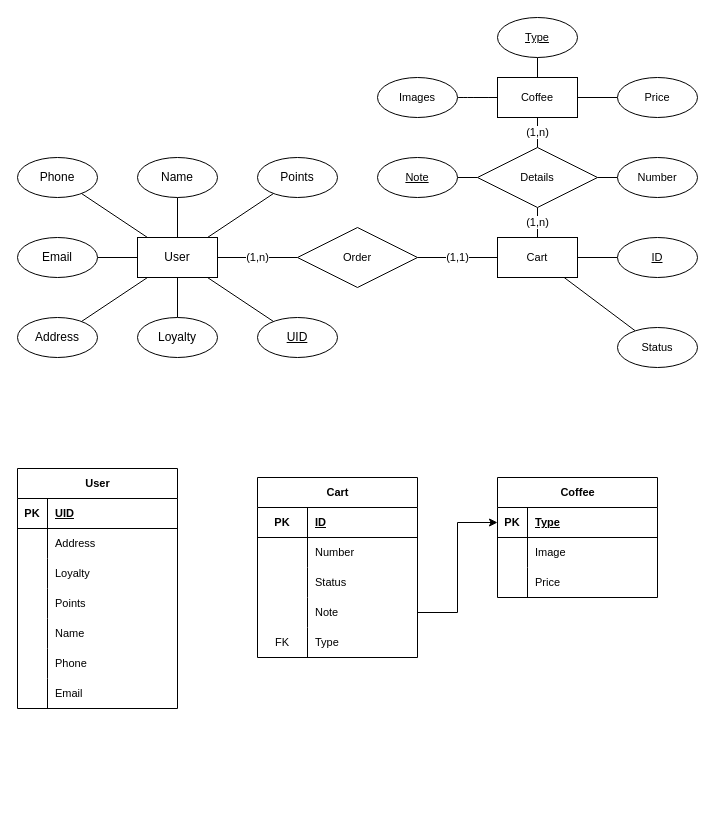
Above: requirements/data.drawio in triet0612/CoffeeShopMobileApp (draw.io), before the change. Source tidied: cells renumbered, new cells numbered last; positions are measured from the earlier drawing's top-left corner, leaving out a move shared by most shapes. Both pictures are drawn from the tidied source at 100%, with x=0, y=0 at pixel (17, 17).
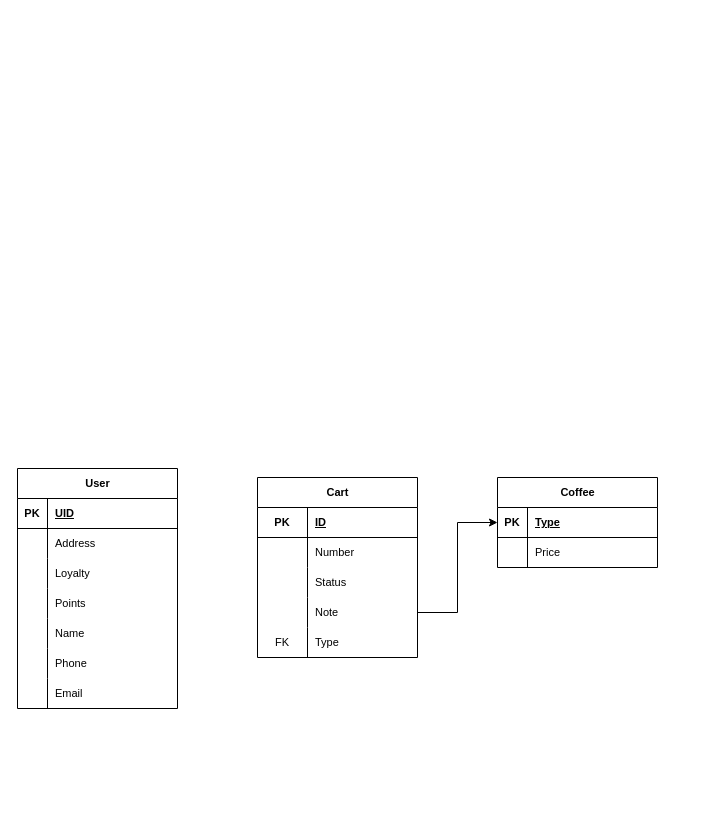
Above is the later version.

What changed in the source:
```diff
@@
-    <mxCell id="2" style="rounded=0;jettySize=auto;html=1;endArrow=none;endFill=0;" parent="1" edge="1" source="10" target="13">
-      <mxGeometry relative="1" as="geometry" />
-    </mxCell>
-    <mxCell id="3" style="edgeStyle=none;shape=connector;rounded=0;jettySize=auto;html=1;labelBackgroundColor=default;strokeColor=default;fontFamily=Helvetica;fontSize=11;fontColor=default;endArrow=none;endFill=0;" parent="1" edge="1" source="10" target="12">
-      <mxGeometry relative="1" as="geometry" />
-    </mxCell>
-    <mxCell id="4" style="edgeStyle=none;shape=connector;rounded=0;jettySize=auto;html=1;labelBackgroundColor=default;strokeColor=default;fontFamily=Helvetica;fontSize=11;fontColor=default;endArrow=none;endFill=0;" parent="1" edge="1" source="10" target="11">
-      <mxGeometry relative="1" as="geometry" />
-    </mxCell>
-    <mxCell id="5" style="edgeStyle=none;shape=connector;rounded=0;jettySize=auto;html=1;labelBackgroundColor=default;strokeColor=default;fontFamily=Helvetica;fontSize=11;fontColor=default;endArrow=none;endFill=0;" parent="1" edge="1" source="10" target="14">
-      <mxGeometry relative="1" as="geometry" />
-    </mxCell>
-    <mxCell id="6" value="(1,n)" style="edgeStyle=none;shape=connector;rounded=0;jettySize=auto;html=1;labelBackgroundColor=default;strokeColor=default;fontFamily=Helvetica;fontSize=11;fontColor=default;endArrow=none;endFill=0;" parent="1" edge="1" source="10" target="20">
-      <mxGeometry relative="1" as="geometry" />
-    </mxCell>
-    <mxCell id="7" style="edgeStyle=none;shape=connector;rounded=0;jettySize=auto;html=1;labelBackgroundColor=default;strokeColor=default;fontFamily=Helvetica;fontSize=11;fontColor=default;endArrow=none;endFill=0;" parent="1" edge="1" source="10" target="29">
-      <mxGeometry relative="1" as="geometry" />
-    </mxCell>
-    <mxCell id="8" style="edgeStyle=none;shape=connector;rounded=0;jettySize=auto;html=1;labelBackgroundColor=default;strokeColor=default;fontFamily=Helvetica;fontSize=11;fontColor=default;endArrow=none;endFill=0;" parent="1" edge="1" source="10" target="33">
-      <mxGeometry relative="1" as="geometry" />
-    </mxCell>
-    <mxCell id="9" style="rounded=0;jettySize=auto;html=1;endArrow=none;endFill=0;" parent="1" edge="1" source="10" target="86">
-      <mxGeometry relative="1" as="geometry" />
-    </mxCell>
-    <mxCell id="10" value="User" style="whiteSpace=wrap;html=1;align=center;" parent="1" vertex="1">
-      <mxGeometry x="120" y="220" width="80" height="40" as="geometry" />
-    </mxCell>
-    <mxCell id="11" value="Name" style="ellipse;whiteSpace=wrap;html=1;align=center;fontStyle=0;" parent="1" vertex="1">
-      <mxGeometry x="120" y="140" width="80" height="40" as="geometry" />
-    </mxCell>
-    <mxCell id="12" value="Phone" style="ellipse;whiteSpace=wrap;html=1;align=center;fontStyle=0;" parent="1" vertex="1">
-      <mxGeometry y="140" width="80" height="40" as="geometry" />
-    </mxCell>
-    <mxCell id="13" value="Email" style="ellipse;whiteSpace=wrap;html=1;align=center;fontStyle=0;" parent="1" vertex="1">
-      <mxGeometry y="220" width="80" height="40" as="geometry" />
-    </mxCell>
-    <mxCell id="14" value="Address" style="ellipse;whiteSpace=wrap;html=1;align=center;fontStyle=0;" parent="1" vertex="1">
-      <mxGeometry y="300" width="80" height="40" as="geometry" />
-    </mxCell>
-    <mxCell id="15" style="edgeStyle=none;shape=connector;rounded=0;jettySize=auto;html=1;labelBackgroundColor=default;strokeColor=default;fontFamily=Helvetica;fontSize=11;fontColor=default;endArrow=none;endFill=0;" parent="1" edge="1" source="17" target="18">
-      <mxGeometry relative="1" as="geometry" />
-    </mxCell>
-    <mxCell id="16" style="edgeStyle=none;shape=connector;rounded=0;jettySize=auto;html=1;labelBackgroundColor=default;strokeColor=default;fontFamily=Helvetica;fontSize=11;fontColor=default;endArrow=none;endFill=0;" parent="1" edge="1" source="17" target="30">
-      <mxGeometry relative="1" as="geometry" />
-    </mxCell>
-    <mxCell id="17" value="Coffee" style="whiteSpace=wrap;html=1;align=center;fontFamily=Helvetica;fontSize=11;fontColor=default;" parent="1" vertex="1">
-      <mxGeometry x="480" y="60" width="80" height="40" as="geometry" />
-    </mxCell>
-    <mxCell id="18" value="Type" style="ellipse;whiteSpace=wrap;html=1;align=center;fontFamily=Helvetica;fontSize=11;fontColor=default;fontStyle=4;" parent="1" vertex="1">
-      <mxGeometry x="480" width="80" height="40" as="geometry" />
-    </mxCell>
-    <mxCell id="19" value="(1,1)" style="edgeStyle=none;shape=connector;rounded=0;jettySize=auto;html=1;labelBackgroundColor=default;strokeColor=default;fontFamily=Helvetica;fontSize=11;fontColor=default;endArrow=none;endFill=0;" parent="1" edge="1" source="20" target="23">
-      <mxGeometry relative="1" as="geometry" />
-    </mxCell>
-    <mxCell id="20" value="Order" style="shape=rhombus;perimeter=rhombusPerimeter;whiteSpace=wrap;html=1;align=center;fontFamily=Helvetica;fontSize=11;fontColor=default;" parent="1" vertex="1">
-      <mxGeometry x="280" y="210" width="120" height="60" as="geometry" />
-    </mxCell>
-    <mxCell id="21" style="edgeStyle=none;shape=connector;rounded=0;jettySize=auto;html=1;labelBackgroundColor=default;strokeColor=default;fontFamily=Helvetica;fontSize=11;fontColor=default;endArrow=none;endFill=0;" parent="1" edge="1" source="23" target="31">
-      <mxGeometry relative="1" as="geometry" />
-    </mxCell>
-    <mxCell id="22" style="edgeStyle=none;shape=connector;rounded=0;jettySize=auto;html=1;labelBackgroundColor=default;strokeColor=default;fontFamily=Helvetica;fontSize=11;fontColor=default;endArrow=none;endFill=0;" parent="1" edge="1" source="23" target="32">
-      <mxGeometry relative="1" as="geometry" />
-    </mxCell>
-    <mxCell id="23" value="Cart" style="whiteSpace=wrap;html=1;align=center;fontFamily=Helvetica;fontSize=11;fontColor=default;" parent="1" vertex="1">
-      <mxGeometry x="480" y="220" width="80" height="40" as="geometry" />
-    </mxCell>
-    <mxCell id="24" value="(1,n)" style="edgeStyle=none;shape=connector;rounded=0;jettySize=auto;html=1;labelBackgroundColor=default;strokeColor=default;fontFamily=Helvetica;fontSize=11;fontColor=default;endArrow=none;endFill=0;" parent="1" edge="1" source="28" target="17">
-      <mxGeometry relative="1" as="geometry" />
-    </mxCell>
-    <mxCell id="25" value="(1,n)" style="edgeStyle=none;shape=connector;rounded=0;jettySize=auto;html=1;labelBackgroundColor=default;strokeColor=default;fontFamily=Helvetica;fontSize=11;fontColor=default;endArrow=none;endFill=0;" parent="1" edge="1" source="28" target="23">
-      <mxGeometry relative="1" as="geometry" />
-    </mxCell>
-    <mxCell id="26" style="edgeStyle=none;shape=connector;rounded=0;jettySize=auto;html=1;labelBackgroundColor=default;strokeColor=default;fontFamily=Helvetica;fontSize=11;fontColor=default;endArrow=none;endFill=0;" parent="1" edge="1" source="28" target="34">
-      <mxGeometry relative="1" as="geometry" />
-    </mxCell>
-    <mxCell id="27" style="edgeStyle=none;shape=connector;rounded=0;jettySize=auto;html=1;labelBackgroundColor=default;strokeColor=default;fontFamily=Helvetica;fontSize=11;fontColor=default;endArrow=none;endFill=0;" parent="1" edge="1" source="28" target="57">
-      <mxGeometry relative="1" as="geometry" />
-    </mxCell>
-    <mxCell id="28" value="Details" style="shape=rhombus;perimeter=rhombusPerimeter;whiteSpace=wrap;html=1;align=center;fontFamily=Helvetica;fontSize=11;fontColor=default;" parent="1" vertex="1">
-      <mxGeometry x="460" y="130" width="120" height="60" as="geometry" />
-    </mxCell>
-    <mxCell id="29" value="Loyalty" style="ellipse;whiteSpace=wrap;html=1;align=center;fontStyle=0;" parent="1" vertex="1">
-      <mxGeometry x="120" y="300" width="80" height="40" as="geometry" />
-    </mxCell>
-    <mxCell id="30" value="Price" style="ellipse;whiteSpace=wrap;html=1;align=center;fontFamily=Helvetica;fontSize=11;fontColor=default;fontStyle=0;" parent="1" vertex="1">
-      <mxGeometry x="600" y="60" width="80" height="40" as="geometry" />
-    </mxCell>
-    <mxCell id="31" value="ID" style="ellipse;whiteSpace=wrap;html=1;align=center;fontFamily=Helvetica;fontSize=11;fontColor=default;fontStyle=4;" parent="1" vertex="1">
-      <mxGeometry x="600" y="220" width="80" height="40" as="geometry" />
-    </mxCell>
-    <mxCell id="32" value="Status" style="ellipse;whiteSpace=wrap;html=1;align=center;fontFamily=Helvetica;fontSize=11;fontColor=default;fontStyle=0;" parent="1" vertex="1">
-      <mxGeometry x="600" y="310" width="80" height="40" as="geometry" />
-    </mxCell>
-    <mxCell id="33" value="Points" style="ellipse;whiteSpace=wrap;html=1;align=center;fontStyle=0;" parent="1" vertex="1">
-      <mxGeometry x="240" y="140" width="80" height="40" as="geometry" />
-    </mxCell>
-    <mxCell id="34" value="Number" style="ellipse;whiteSpace=wrap;html=1;align=center;fontFamily=Helvetica;fontSize=11;fontColor=default;fontStyle=0;" parent="1" vertex="1">
-      <mxGeometry x="600" y="140" width="80" height="40" as="geometry" />
-    </mxCell>
@@
-    <mxCell id="57" value="Note" style="ellipse;whiteSpace=wrap;html=1;align=center;fontFamily=Helvetica;fontSize=11;fontColor=default;fontStyle=4;" parent="1" vertex="1">
-      <mxGeometry x="360" y="140" width="80" height="40" as="geometry" />
-    </mxCell>
@@
-    <mxCell id="74" style="edgeStyle=none;curved=1;rounded=0;jettySize=auto;html=1;fontSize=12;startSize=8;endSize=8;endArrow=none;endFill=0;" parent="1" edge="1" source="75" target="17">
-      <mxGeometry relative="1" as="geometry" />
-    </mxCell>
-    <mxCell id="75" value="Images" style="ellipse;whiteSpace=wrap;html=1;align=center;fontFamily=Helvetica;fontSize=11;fontColor=default;fontStyle=0;" parent="1" vertex="1">
-      <mxGeometry x="360" y="60" width="80" height="40" as="geometry" />
-    </mxCell>
     <mxCell id="76" value="Coffee" style="shape=table;startSize=30;childLayout=tableLayout;rowLines=0;fontStyle=1;align=center;html=1;strokeColor=default;fontFamily=Helvetica;fontSize=11;fontColor=default;fillColor=default;" parent="1" vertex="1">
-      <mxGeometry x="480" y="460" width="160" height="120" as="geometry" />
+      <mxGeometry x="480" y="460" width="160" height="90" as="geometry" />
     </mxCell>
@@
-    <mxCell id="80" style="shape=tableRow;horizontal=0;startSize=0;swimlaneHead=0;swimlaneBody=0;fillColor=none;top=0;left=0;right=0;bottom=0;strokeColor=default;fontFamily=Helvetica;fontSize=11;fontColor=default;html=1;" parent="76" vertex="1">
-      <mxGeometry y="60" width="160" height="30" as="geometry" />
-    </mxCell>
-    <mxCell id="81" style="shape=partialRectangle;fillColor=none;top=0;left=0;bottom=0;right=0;overflow=hidden;whiteSpace=wrap;html=1;strokeColor=default;fontFamily=Helvetica;fontSize=11;fontColor=default;" parent="80" vertex="1">
-      <mxGeometry width="30" height="30" as="geometry" />
-    </mxCell>
-    <mxCell id="82" value="Image" style="shape=partialRectangle;fillColor=none;top=0;left=0;bottom=0;right=0;align=left;spacingLeft=6;overflow=hidden;whiteSpace=wrap;html=1;strokeColor=default;fontFamily=Helvetica;fontSize=11;fontColor=default;" parent="80" vertex="1">
-      <mxGeometry x="30" width="130" height="30" as="geometry" />
-    </mxCell>
     <mxCell id="83" style="shape=tableRow;horizontal=0;startSize=0;swimlaneHead=0;swimlaneBody=0;fillColor=none;top=0;left=0;right=0;bottom=0;strokeColor=default;fontFamily=Helvetica;fontSize=11;fontColor=default;html=1;" parent="76" vertex="1">
-      <mxGeometry y="90" width="160" height="30" as="geometry" />
+      <mxGeometry y="60" width="160" height="30" as="geometry" />
     </mxCell>
@@
-    <mxCell id="86" value="UID" style="ellipse;whiteSpace=wrap;html=1;align=center;fontStyle=4;" parent="1" vertex="1">
-      <mxGeometry x="240" y="300" width="80" height="40" as="geometry" />
-    </mxCell>
-    <mxCell id="87" style="shape=tableRow;horizontal=0;startSize=0;swimlaneHead=0;swimlaneBody=0;fillColor=none;top=0;left=0;right=0;bottom=0;strokeColor=default;fontFamily=Helvetica;fontSize=11;fontColor=default;html=1;" parent="1" vertex="1">
-      <mxGeometry x="280" y="750" width="160" height="30" as="geometry" />
-    </mxCell>
-    <mxCell id="88" style="shape=partialRectangle;fillColor=none;top=0;left=0;bottom=0;right=0;overflow=hidden;whiteSpace=wrap;html=1;strokeColor=default;fontFamily=Helvetica;fontSize=11;fontColor=default;" parent="87" vertex="1">
-      <mxGeometry width="30" height="30" as="geometry" />
-    </mxCell>
```
